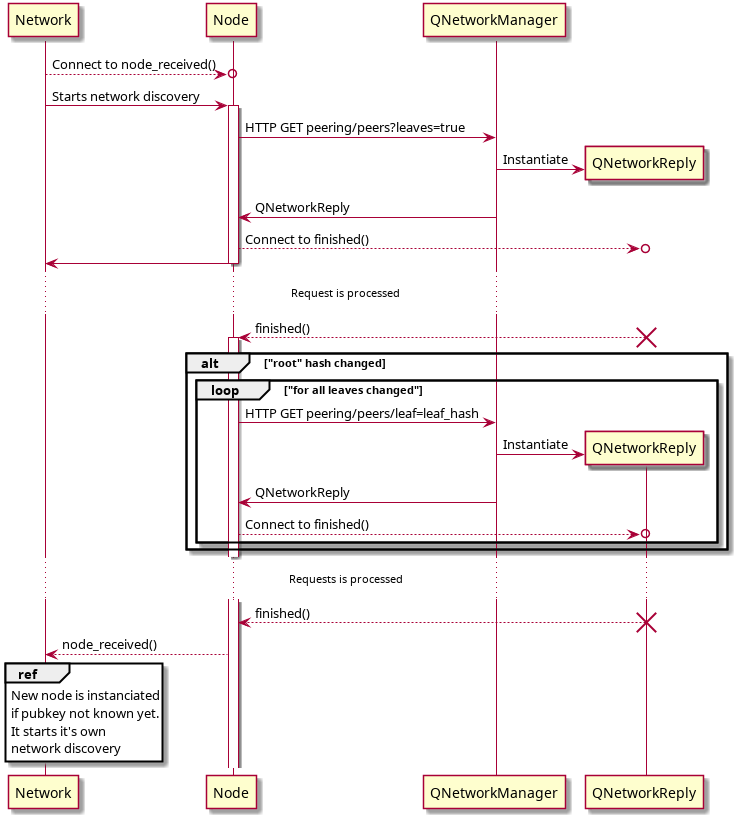
Earlier version of the PlantUML export doc/uml/network.png (duniter/sakia). Its source is kept beside it as doc/uml/network.pu. Source of this version:
```plantuml
@startuml

Network -->o Node : Connect to node_received()
Network -> Node : Starts network discovery
activate Node
Node -> QNetworkManager : HTTP GET peering/peers?leaves=true
create QNetworkReply
QNetworkManager -> QNetworkReply : Instantiate
Node <- QNetworkManager : QNetworkReply
Node -->o QNetworkReply : Connect to finished()
Network <- Node
deactivate Node
... Request is processed ...
Node <-- QNetworkReply : finished()
destroy QNetworkReply
alt "root" hash changed
loop "for all leaves changed"
activate Node
Node -> QNetworkManager : HTTP GET peering/peers/leaf=leaf_hash
create QNetworkReply
QNetworkManager -> QNetworkReply : Instantiate
Node <- QNetworkManager : QNetworkReply
Node -->o QNetworkReply : Connect to finished()
end
end
... Requests is processed ...
Node <-- QNetworkReply : finished()
destroy QNetworkReply
Network <-- Node : node_received()
ref over Network
New node is instanciated
if pubkey not known yet.
It starts it's own
network discovery
end ref
@enduml
```
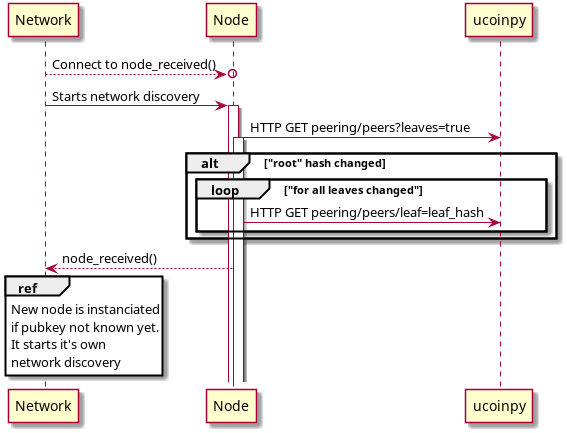
After the commit.

The edit, as a diff of the source:
```diff
@@ -3,29 +3,13 @@
 Network -->o Node : Connect to node_received()
 Network -> Node : Starts network discovery
 activate Node
-Node -> QNetworkManager : HTTP GET peering/peers?leaves=true
-create QNetworkReply
-QNetworkManager -> QNetworkReply : Instantiate
-Node <- QNetworkManager : QNetworkReply
-Node -->o QNetworkReply : Connect to finished()
-Network <- Node
-deactivate Node
-... Request is processed ...
-Node <-- QNetworkReply : finished()
-destroy QNetworkReply
+Node -> ucoinpy : HTTP GET peering/peers?leaves=true
 alt "root" hash changed
 loop "for all leaves changed"
 activate Node
-Node -> QNetworkManager : HTTP GET peering/peers/leaf=leaf_hash
-create QNetworkReply
-QNetworkManager -> QNetworkReply : Instantiate
-Node <- QNetworkManager : QNetworkReply
-Node -->o QNetworkReply : Connect to finished()
+Node -> ucoinpy : HTTP GET peering/peers/leaf=leaf_hash
 end
 end
-... Requests is processed ...
-Node <-- QNetworkReply : finished()
-destroy QNetworkReply
 Network <-- Node : node_received()
 ref over Network
 New node is instanciated
```
